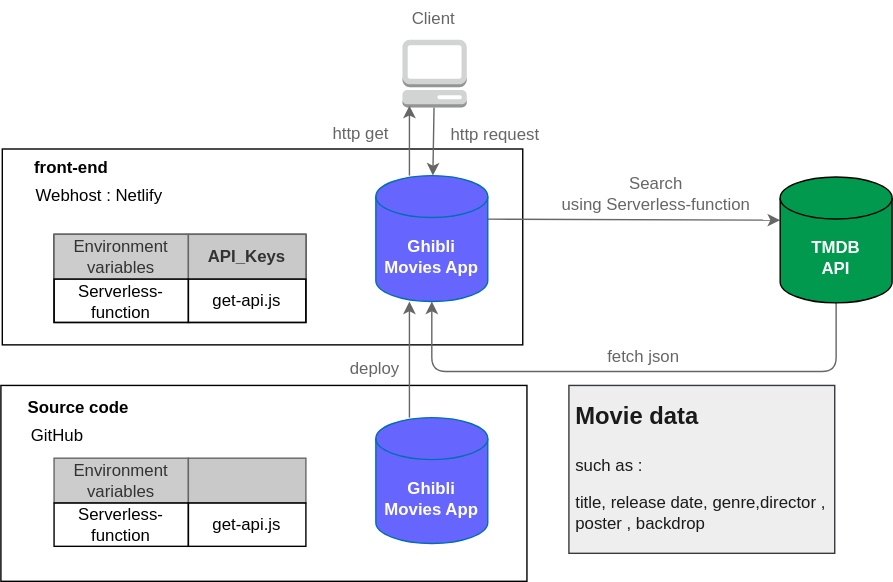
This is system_diagram.drawio.svg from mai-ogiso/Ghibli_Movies_App, a draw.io export, as it was before one commit. Source tidied: cells renumbered, new cells last; positions are measured from the earlier drawing's top-left corner, leaving out a move shared by most shapes.
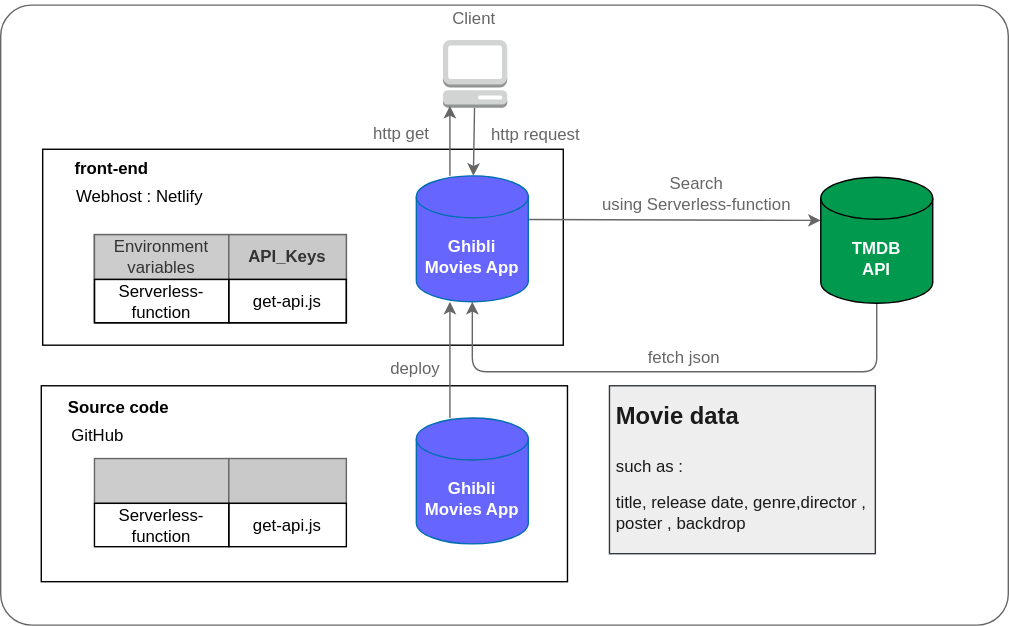
Above is the later version.

Commit message:
change system diagram

The edit, as a diff of the source:
```diff
@@ -88,7 +88,7 @@
     <mxCell id="25" style="shape=tableRow;horizontal=0;startSize=0;swimlaneHead=0;swimlaneBody=0;top=0;left=0;bottom=0;right=0;fontStyle=0;fillColor=none;strokeColor=inherit;" parent="24" vertex="1">
       <mxGeometry width="180" height="32" as="geometry" />
     </mxCell>
-    <mxCell id="26" value="Environment variables" style="strokeColor=#666666;fillColor=#cccccc;align=center;whiteSpace=wrap;html=1;fontColor=#333333;" parent="25" vertex="1">
+    <mxCell id="26" style="strokeColor=#666666;fillColor=#cccccc;align=center;whiteSpace=wrap;html=1;fontColor=#333333;" parent="25" vertex="1">
       <mxGeometry width="96" height="32" as="geometry" />
     </mxCell>
     <mxCell id="27" style="strokeColor=#666666;fillColor=#c9c9c9;align=center;whiteSpace=wrap;html=1;fontColor=#333333;" parent="25" vertex="1">
@@ -124,5 +124,8 @@
     <mxCell id="37" value="get-api.js" style="strokeColor=default;fillColor=none;align=center;whiteSpace=wrap;html=1;" parent="35" vertex="1">
       <mxGeometry x="96" width="84" height="31" as="geometry" />
     </mxCell>
+    <mxCell id="38" style="rounded=1;whiteSpace=wrap;html=1;fillColor=none;arcSize=5;strokeColor=#666666;" parent="1" vertex="1">
+      <mxGeometry x="-29" y="3" width="720" height="443" as="geometry" />
+    </mxCell>
   </root>
 </mxGraphModel>
```
